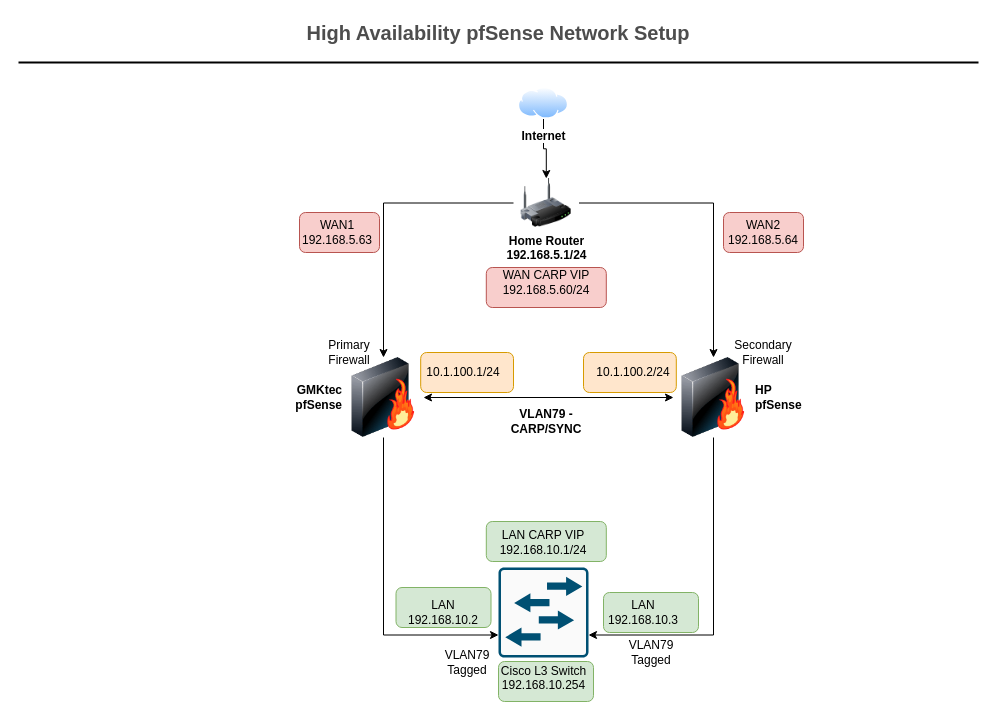
This is page "pfSense HA" (2 of 4) of Data/Current Simple Diagram.drawio from fahadshery/AnalyticsEdge, a draw.io file, before an edit. Source tidied: cells renumbered, new cells numbered last; positions are measured from the earlier drawing's top-left corner, leaving out a move shared by most shapes. Both pictures are drawn from the tidied source at 100%, with x=0, y=0 at pixel (18, 17).
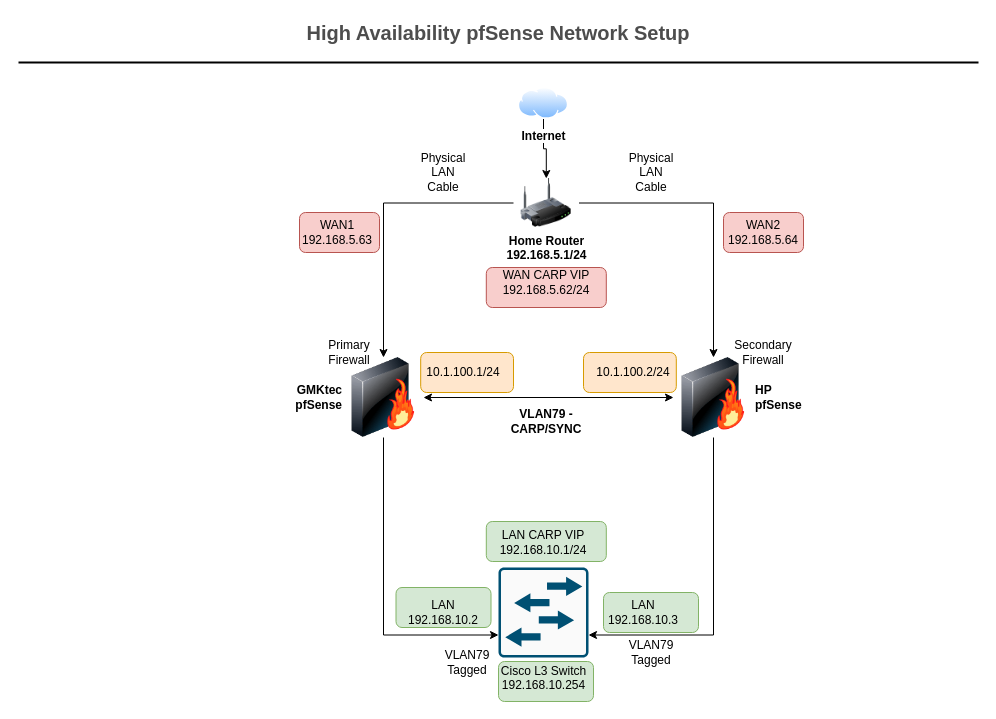
The same diagram, later.

Change to the diagram source:
```diff
@@
-    <mxCell id="32" value="WAN CARP VIP 192.168.5.60/24" style="text;html=1;strokeColor=none;fillColor=none;align=center;verticalAlign=middle;whiteSpace=wrap;rounded=0;" parent="1" vertex="1">
+    <mxCell id="32" value="WAN CARP VIP 192.168.5.62/24" style="text;html=1;strokeColor=none;fillColor=none;align=center;verticalAlign=middle;whiteSpace=wrap;rounded=0;" parent="1" vertex="1">
       <mxGeometry x="497.8" y="250" width="60" height="30" as="geometry" />
     </mxCell>
@@
+    <mxCell id="37" value="Physical LAN&lt;div&gt;Cable&lt;/div&gt;" style="text;html=1;align=center;verticalAlign=middle;whiteSpace=wrap;rounded=0;" parent="1" vertex="1">
+      <mxGeometry x="395" y="140" width="60" height="30" as="geometry" />
+    </mxCell>
+    <mxCell id="38" value="Physical LAN&lt;div&gt;Cable&lt;/div&gt;" style="text;html=1;align=center;verticalAlign=middle;whiteSpace=wrap;rounded=0;" parent="1" vertex="1">
+      <mxGeometry x="602.5" y="140" width="60" height="30" as="geometry" />
+    </mxCell>
```
